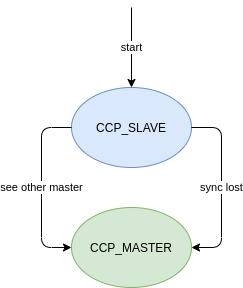
This is reports/03_firmware/img/ccp_state_diagram.png from tuannv-github/uwb-ips, a draw.io export, as it was before one commit. Source tidied: cells renumbered, new cells last; positions are measured from the earlier drawing's top-left corner, leaving out a move shared by most shapes. Its diagram source:
```xml
<mxGraphModel>
  <root>
    <mxCell id="0" />
    <mxCell id="1" parent="0" />
    <mxCell id="2" value="&lt;span&gt;CCP_MASTER&lt;/span&gt;" style="ellipse;whiteSpace=wrap;html=1;fillColor=#d5e8d4;strokeColor=#82b366;" parent="1" vertex="1">
      <mxGeometry x="30" y="200" width="120" height="80" as="geometry" />
    </mxCell>
    <mxCell id="3" value="&lt;span&gt;CCP_SLAVE&lt;/span&gt;" style="ellipse;whiteSpace=wrap;html=1;fillColor=#dae8fc;strokeColor=#6c8ebf;" parent="1" vertex="1">
      <mxGeometry x="30" y="80" width="120" height="80" as="geometry" />
    </mxCell>
    <mxCell id="4" value="see other master" style="endArrow=classic;html=1;exitX=0;exitY=0.5;exitDx=0;exitDy=0;entryX=0;entryY=0.5;entryDx=0;entryDy=0;" parent="1" edge="1" source="3" target="2">
      <mxGeometry relative="1" as="geometry">
        <Array as="points">
          <mxPoint y="120" />
          <mxPoint y="240" />
        </Array>
      </mxGeometry>
    </mxCell>
    <mxCell id="5" value="sync lost" style="endArrow=classic;html=1;exitX=1;exitY=0.5;exitDx=0;exitDy=0;entryX=1;entryY=0.5;entryDx=0;entryDy=0;" parent="1" edge="1" source="3" target="2">
      <mxGeometry relative="1" as="geometry">
        <Array as="points">
          <mxPoint x="180" y="120" />
          <mxPoint x="180" y="240" />
        </Array>
      </mxGeometry>
    </mxCell>
    <mxCell id="6" value="start" style="endArrow=classic;html=1;" parent="1" edge="1" target="3">
      <mxGeometry relative="1" as="geometry">
        <mxPoint x="90" as="sourcePoint" />
      </mxGeometry>
    </mxCell>
  </root>
</mxGraphModel>
```
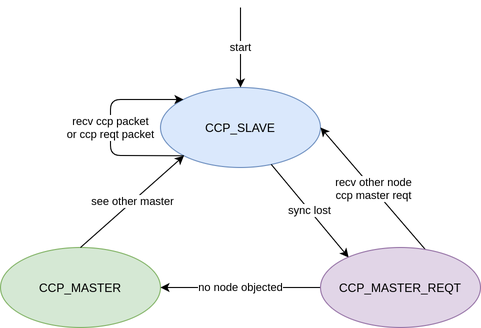
The same file after the commit.

Commit message:
add ccp state diagram description

Diff of the diagram source:
```diff
@@ -3,31 +3,39 @@
     <mxCell id="0" />
     <mxCell id="1" parent="0" />
     <mxCell id="2" value="&lt;span&gt;CCP_MASTER&lt;/span&gt;" style="ellipse;whiteSpace=wrap;html=1;fillColor=#d5e8d4;strokeColor=#82b366;" parent="1" vertex="1">
-      <mxGeometry x="30" y="200" width="120" height="80" as="geometry" />
+      <mxGeometry x="-130" y="240" width="160" height="80" as="geometry" />
     </mxCell>
     <mxCell id="3" value="&lt;span&gt;CCP_SLAVE&lt;/span&gt;" style="ellipse;whiteSpace=wrap;html=1;fillColor=#dae8fc;strokeColor=#6c8ebf;" parent="1" vertex="1">
-      <mxGeometry x="30" y="80" width="120" height="80" as="geometry" />
+      <mxGeometry x="30" y="80" width="160" height="80" as="geometry" />
     </mxCell>
-    <mxCell id="4" value="see other master" style="endArrow=classic;html=1;exitX=0;exitY=0.5;exitDx=0;exitDy=0;entryX=0;entryY=0.5;entryDx=0;entryDy=0;" parent="1" edge="1" source="3" target="2">
-      <mxGeometry relative="1" as="geometry">
-        <Array as="points">
-          <mxPoint y="120" />
-          <mxPoint y="240" />
-        </Array>
-      </mxGeometry>
+    <mxCell id="4" value="see other master" style="endArrow=classic;html=1;entryX=0;entryY=1;entryDx=0;entryDy=0;exitX=0.5;exitY=0;exitDx=0;exitDy=0;" parent="1" edge="1" source="2" target="3">
+      <mxGeometry relative="1" as="geometry" />
     </mxCell>
-    <mxCell id="5" value="sync lost" style="endArrow=classic;html=1;exitX=1;exitY=0.5;exitDx=0;exitDy=0;entryX=1;entryY=0.5;entryDx=0;entryDy=0;" parent="1" edge="1" source="3" target="2">
-      <mxGeometry relative="1" as="geometry">
-        <Array as="points">
-          <mxPoint x="180" y="120" />
-          <mxPoint x="180" y="240" />
-        </Array>
-      </mxGeometry>
+    <mxCell id="5" value="sync lost" style="endArrow=classic;html=1;entryX=0.176;entryY=0.125;entryDx=0;entryDy=0;entryPerimeter=0;" parent="1" edge="1" source="3" target="9">
+      <mxGeometry relative="1" as="geometry" />
     </mxCell>
     <mxCell id="6" value="start" style="endArrow=classic;html=1;" parent="1" edge="1" target="3">
       <mxGeometry relative="1" as="geometry">
-        <mxPoint x="90" as="sourcePoint" />
+        <mxPoint x="110" as="sourcePoint" />
       </mxGeometry>
     </mxCell>
+    <mxCell id="7" value="no node objected" style="endArrow=classic;html=1;exitX=0;exitY=0.5;exitDx=0;exitDy=0;entryX=1;entryY=0.5;entryDx=0;entryDy=0;" parent="1" edge="1" source="9" target="2">
+      <mxGeometry relative="1" as="geometry" />
+    </mxCell>
+    <mxCell id="8" value="recv other node&lt;br&gt;ccp master reqt" style="endArrow=classic;html=1;exitX=0.659;exitY=0.034;exitDx=0;exitDy=0;entryX=1;entryY=0.5;entryDx=0;entryDy=0;exitPerimeter=0;" parent="1" edge="1" source="9" target="3">
+      <mxGeometry relative="1" as="geometry" />
+    </mxCell>
+    <mxCell id="9" value="&lt;span&gt;CCP_MASTER_REQT&lt;br&gt;&lt;/span&gt;" style="ellipse;whiteSpace=wrap;html=1;fillColor=#e1d5e7;strokeColor=#9673a6;" parent="1" vertex="1">
+      <mxGeometry x="190" y="240" width="160" height="80" as="geometry" />
+    </mxCell>
+    <mxCell id="10" value="recv ccp packet&lt;br&gt;or ccp reqt packet" style="endArrow=classic;html=1;exitX=0;exitY=1;exitDx=0;exitDy=0;" parent="1" edge="1" source="3">
+      <mxGeometry relative="1" as="geometry">
+        <mxPoint x="53" y="92" as="targetPoint" />
+        <Array as="points">
+          <mxPoint x="-20" y="148" />
+          <mxPoint x="-20" y="92" />
+        </Array>
+      </mxGeometry>
+    </mxCell>
   </root>
 </mxGraphModel>
```
